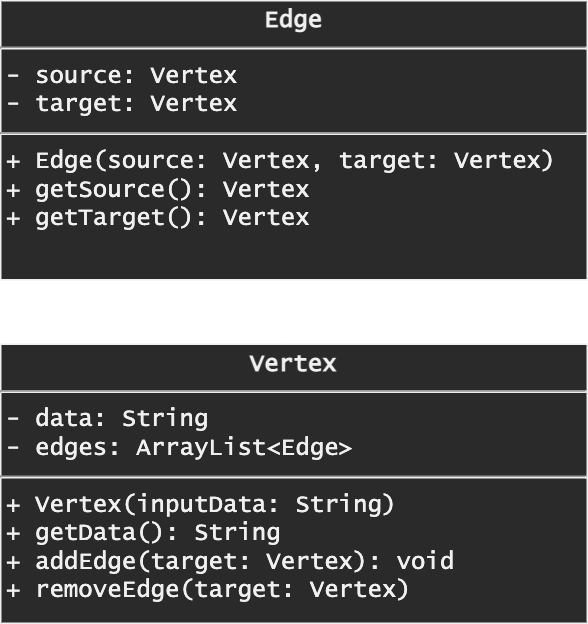
Above: concepts/java/uml/graph_representation.png in rain1024/datastructures-algorithms-competitive-programming (draw.io), before the change. Source tidied: cells renumbered, new cells last; positions are measured from the earlier drawing's top-left corner, leaving out a move shared by most shapes.
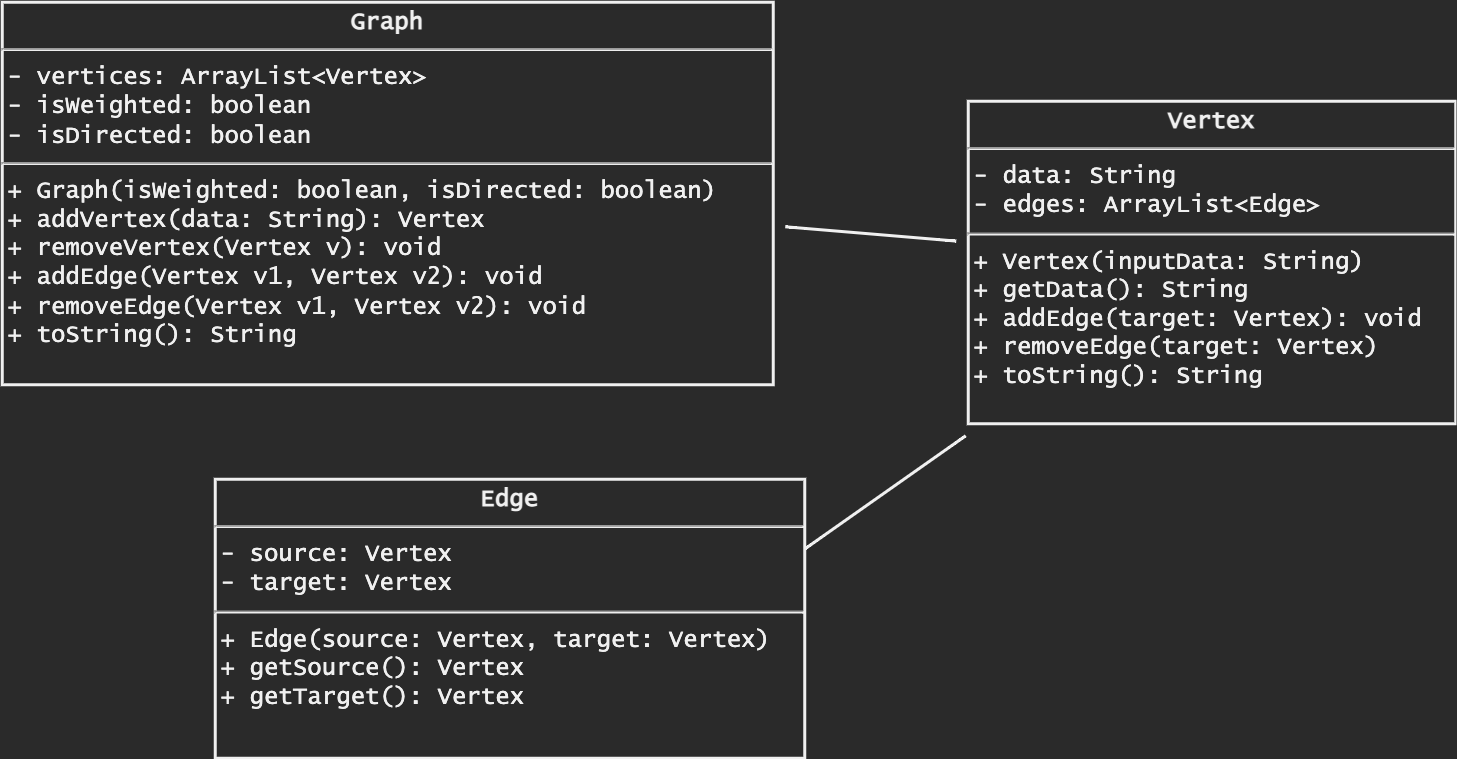
After the commit.

Diff of the diagram source:
```diff
@@ -2,11 +2,20 @@
   <root>
     <mxCell id="0" />
     <mxCell id="1" parent="0" />
-    <mxCell id="2" value="&lt;p style=&quot;margin: 4px 0px 0px; text-align: center; font-size: 16px;&quot;&gt;&lt;b style=&quot;font-size: 16px;&quot;&gt;Edge&lt;/b&gt;&lt;/p&gt;&lt;hr style=&quot;font-size: 16px;&quot;&gt;&lt;p style=&quot;margin: 0px 0px 0px 4px; font-size: 16px;&quot;&gt;- source: Vertex&lt;/p&gt;&lt;p style=&quot;margin: 0px 0px 0px 4px; font-size: 16px;&quot;&gt;- target: Vertex&lt;/p&gt;&lt;hr style=&quot;font-size: 16px;&quot;&gt;&lt;p style=&quot;margin: 0px 0px 0px 4px; font-size: 16px;&quot;&gt;+ Edge(source: Vertex, target: Vertex)&lt;/p&gt;&lt;p style=&quot;margin: 0px 0px 0px 4px; font-size: 16px;&quot;&gt;+ getSource(): Vertex&lt;/p&gt;&lt;p style=&quot;margin: 0px 0px 0px 4px; font-size: 16px;&quot;&gt;+ getTarget(): Vertex&lt;/p&gt;" style="verticalAlign=top;align=left;overflow=fill;fontSize=16;fontFamily=Lucida Console;html=1;" parent="1" vertex="1">
-      <mxGeometry width="391" height="186" as="geometry" />
+    <mxCell id="2" value="&lt;p style=&quot;margin: 4px 0px 0px; text-align: center; font-size: 16px;&quot;&gt;&lt;b style=&quot;font-size: 16px;&quot;&gt;Edge&lt;/b&gt;&lt;/p&gt;&lt;hr style=&quot;font-size: 16px;&quot;&gt;&lt;p style=&quot;margin: 0px 0px 0px 4px; font-size: 16px;&quot;&gt;- source: Vertex&lt;/p&gt;&lt;p style=&quot;margin: 0px 0px 0px 4px; font-size: 16px;&quot;&gt;- target: Vertex&lt;/p&gt;&lt;hr style=&quot;font-size: 16px;&quot;&gt;&lt;p style=&quot;margin: 0px 0px 0px 4px; font-size: 16px;&quot;&gt;+ Edge(source: Vertex, target: Vertex)&lt;/p&gt;&lt;p style=&quot;margin: 0px 0px 0px 4px; font-size: 16px;&quot;&gt;+ getSource(): Vertex&lt;/p&gt;&lt;p style=&quot;margin: 0px 0px 0px 4px; font-size: 16px;&quot;&gt;+ getTarget(): Vertex&lt;/p&gt;" style="verticalAlign=top;align=left;overflow=fill;fontSize=16;fontFamily=Lucida Console;html=1;strokeWidth=2;" parent="1" vertex="1">
+      <mxGeometry width="393" height="186" as="geometry" />
     </mxCell>
-    <mxCell id="3" value="&lt;p style=&quot;margin: 4px 0px 0px; text-align: center; font-size: 16px;&quot;&gt;&lt;b style=&quot;font-size: 16px;&quot;&gt;Vertex&lt;/b&gt;&lt;/p&gt;&lt;hr style=&quot;font-size: 16px;&quot;&gt;&lt;p style=&quot;margin: 0px 0px 0px 4px; font-size: 16px;&quot;&gt;- data: String&lt;/p&gt;&lt;p style=&quot;margin: 0px 0px 0px 4px; font-size: 16px;&quot;&gt;- edges: ArrayList&amp;lt;Edge&amp;gt;&lt;/p&gt;&lt;hr style=&quot;font-size: 16px;&quot;&gt;&lt;p style=&quot;margin: 0px 0px 0px 4px; font-size: 16px;&quot;&gt;+ Vertex(inputData: String)&lt;/p&gt;&lt;p style=&quot;margin: 0px 0px 0px 4px; font-size: 16px;&quot;&gt;+ getData(): String&lt;/p&gt;&lt;p style=&quot;margin: 0px 0px 0px 4px; font-size: 16px;&quot;&gt;+ addEdge(target: Vertex): void&lt;/p&gt;&lt;p style=&quot;margin: 0px 0px 0px 4px; font-size: 16px;&quot;&gt;+ removeEdge(target: Vertex)&lt;/p&gt;" style="verticalAlign=top;align=left;overflow=fill;fontSize=16;fontFamily=Lucida Console;html=1;" parent="1" vertex="1">
-      <mxGeometry y="229" width="391" height="186" as="geometry" />
-    </mxCell>
+    <mxCell id="4" value="&lt;p style=&quot;margin: 4px 0px 0px; text-align: center; font-size: 16px;&quot;&gt;&lt;b style=&quot;font-size: 16px;&quot;&gt;Vertex&lt;/b&gt;&lt;/p&gt;&lt;hr style=&quot;font-size: 16px;&quot;&gt;&lt;p style=&quot;margin: 0px 0px 0px 4px; font-size: 16px;&quot;&gt;- data: String&lt;/p&gt;&lt;p style=&quot;margin: 0px 0px 0px 4px; font-size: 16px;&quot;&gt;- edges: ArrayList&amp;lt;Edge&amp;gt;&lt;/p&gt;&lt;hr style=&quot;font-size: 16px;&quot;&gt;&lt;p style=&quot;margin: 0px 0px 0px 4px; font-size: 16px;&quot;&gt;+ Vertex(inputData: String)&lt;/p&gt;&lt;p style=&quot;margin: 0px 0px 0px 4px; font-size: 16px;&quot;&gt;+ getData(): String&lt;/p&gt;&lt;p style=&quot;margin: 0px 0px 0px 4px; font-size: 16px;&quot;&gt;+ addEdge(target: Vertex): void&lt;/p&gt;&lt;p style=&quot;margin: 0px 0px 0px 4px; font-size: 16px;&quot;&gt;+ removeEdge(target: Vertex)&lt;/p&gt;&lt;p style=&quot;margin: 0px 0px 0px 4px; font-size: 16px;&quot;&gt;+ toString(): String&lt;/p&gt;" style="verticalAlign=top;align=left;overflow=fill;fontSize=16;fontFamily=Lucida Console;html=1;strokeWidth=2;" parent="1" vertex="1">
+      <mxGeometry x="502" y="-252" width="325" height="215" as="geometry" />
+    </mxCell>
+    <mxCell id="5" value="&lt;p style=&quot;margin: 4px 0px 0px; text-align: center; font-size: 16px;&quot;&gt;&lt;b style=&quot;font-size: 16px;&quot;&gt;Graph&lt;/b&gt;&lt;/p&gt;&lt;hr style=&quot;font-size: 16px;&quot;&gt;&lt;p style=&quot;margin: 0px 0px 0px 4px; font-size: 16px;&quot;&gt;- vertices: ArrayList&amp;lt;Vertex&amp;gt;&lt;/p&gt;&lt;p style=&quot;margin: 0px 0px 0px 4px; font-size: 16px;&quot;&gt;- isWeighted: boolean&lt;/p&gt;&lt;p style=&quot;margin: 0px 0px 0px 4px; font-size: 16px;&quot;&gt;- isDirected: boolean&lt;/p&gt;&lt;hr style=&quot;font-size: 16px;&quot;&gt;&lt;p style=&quot;margin: 0px 0px 0px 4px; font-size: 16px;&quot;&gt;+ Graph(isWeighted: boolean, isDirected: boolean)&lt;/p&gt;&lt;p style=&quot;margin: 0px 0px 0px 4px; font-size: 16px;&quot;&gt;+ addVertex(data: String): Vertex&lt;/p&gt;&lt;p style=&quot;margin: 0px 0px 0px 4px; font-size: 16px;&quot;&gt;+ removeVertex(Vertex v): void&lt;/p&gt;&lt;p style=&quot;margin: 0px 0px 0px 4px; font-size: 16px;&quot;&gt;+ addEdge(Vertex v1, Vertex v2): void&lt;/p&gt;&lt;p style=&quot;margin: 0px 0px 0px 4px; font-size: 16px;&quot;&gt;+ removeEdge(Vertex v1, Vertex v2): void&lt;/p&gt;&lt;p style=&quot;margin: 0px 0px 0px 4px; font-size: 16px;&quot;&gt;+ toString(): String&lt;/p&gt;" style="verticalAlign=top;align=left;overflow=fill;fontSize=16;fontFamily=Lucida Console;html=1;strokeWidth=2;" parent="1" vertex="1">
+      <mxGeometry x="-142" y="-318" width="514" height="255" as="geometry" />
+    </mxCell>
+    <mxCell id="6" style="edgeStyle=none;jettySize=auto;html=1;rounded=0;endArrow=none;startSize=14;endSize=14;sourcePerimeterSpacing=8;targetPerimeterSpacing=8;curved=1;endFill=0;strokeWidth=2;" parent="1" edge="1" source="5" target="4">
+      <mxGeometry relative="1" as="geometry" />
+    </mxCell>
+    <mxCell id="7" style="edgeStyle=none;jettySize=auto;html=1;rounded=0;endArrow=none;startSize=14;endSize=14;sourcePerimeterSpacing=8;targetPerimeterSpacing=8;curved=1;endFill=0;exitX=1;exitY=0.25;exitDx=0;exitDy=0;strokeWidth=2;" parent="1" edge="1" source="2" target="4">
+      <mxGeometry relative="1" as="geometry" />
+    </mxCell>
   </root>
 </mxGraphModel>
```
